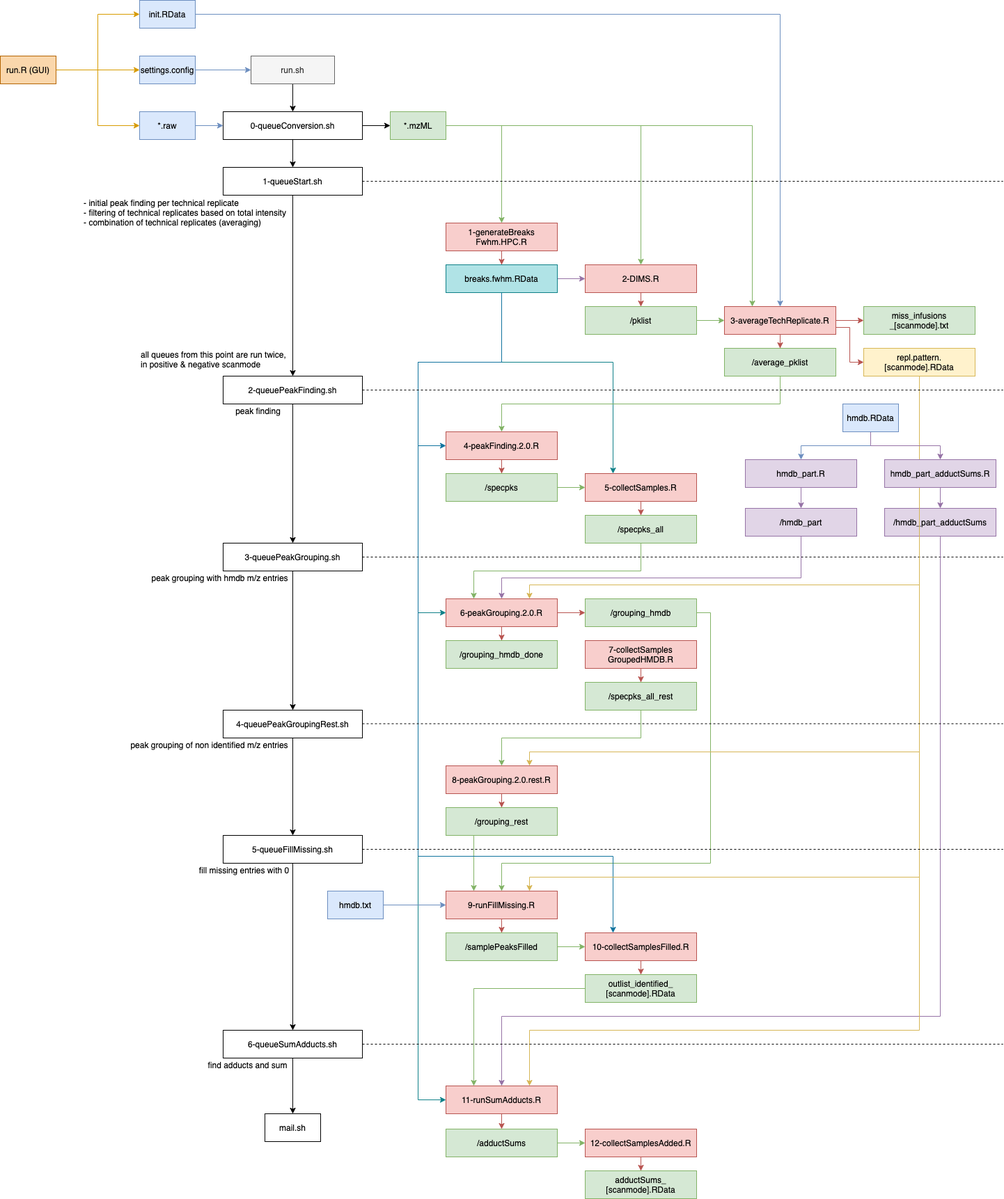
This is extra/simpler_flowchart.png from UMCUGenetics/DIMS, a draw.io export, as it was before one commit. Source tidied: cells renumbered, new cells last; positions are measured from the earlier drawing's top-left corner, leaving out a move shared by most shapes.
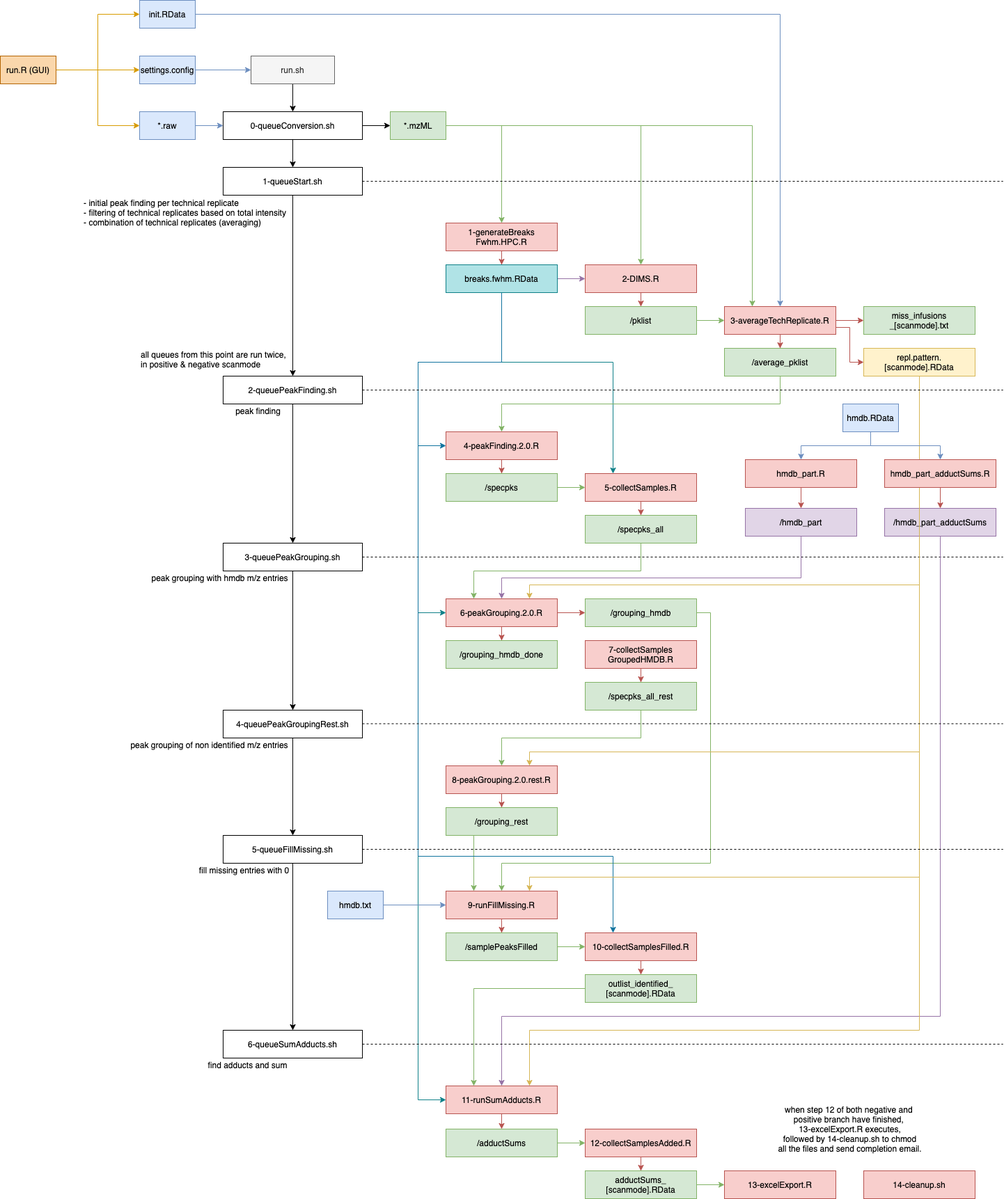
The same diagram one commit later.

Commit message:
include step 13 and 14 in flowchart

What changed in the source:
```diff
@@ -19,15 +19,9 @@
     <mxCell id="6" value="8-peakGrouping.2.0.rest.R&lt;br&gt;" style="rounded=0;whiteSpace=wrap;html=1;fillColor=#f8cecc;strokeColor=#b85450;" parent="1" vertex="1">
       <mxGeometry x="640" y="1100" width="160" height="40" as="geometry" />
     </mxCell>
-    <mxCell id="7" style="edgeStyle=orthogonalEdgeStyle;rounded=0;jettySize=auto;html=1;entryX=0.5;entryY=0;entryDx=0;entryDy=0;" parent="1" edge="1" source="8" target="9">
-      <mxGeometry relative="1" as="geometry" />
-    </mxCell>
     <mxCell id="8" value="6-queueSumAdducts.sh" style="rounded=0;whiteSpace=wrap;html=1;" parent="1" vertex="1">
       <mxGeometry x="320" y="1480" width="200" height="40" as="geometry" />
     </mxCell>
-    <mxCell id="9" value="mail.sh" style="rounded=0;whiteSpace=wrap;html=1;" parent="1" vertex="1">
-      <mxGeometry x="380" y="1600" width="80" height="40" as="geometry" />
-    </mxCell>
     <mxCell id="10" style="edgeStyle=orthogonalEdgeStyle;rounded=0;jettySize=auto;html=1;fillColor=#f8cecc;strokeColor=#b85450;" parent="1" edge="1" source="11" target="48">
       <mxGeometry relative="1" as="geometry" />
     </mxCell>
@@ -40,6 +34,9 @@
     <mxCell id="13" value="12-collectSamplesAdded.R&lt;br&gt;" style="rounded=0;whiteSpace=wrap;html=1;fillColor=#f8cecc;strokeColor=#b85450;" parent="1" vertex="1">
       <mxGeometry x="840" y="1622" width="160" height="40" as="geometry" />
     </mxCell>
+    <mxCell id="126" style="edgeStyle=orthogonalEdgeStyle;rounded=0;jettySize=auto;html=1;entryX=0;entryY=0.5;entryDx=0;entryDy=0;fillColor=#d5e8d4;strokeColor=#82b366;" parent="1" edge="1" source="14" target="127">
+      <mxGeometry relative="1" as="geometry" />
+    </mxCell>
     <mxCell id="14" value="adductSums_&lt;br&gt;[scanmode].RData&lt;br&gt;" style="rounded=0;whiteSpace=wrap;html=1;fillColor=#d5e8d4;strokeColor=#82b366;" parent="1" vertex="1">
       <mxGeometry x="840" y="1682" width="160" height="40" as="geometry" />
     </mxCell>
@@ -466,7 +463,7 @@
     <mxCell id="112" style="edgeStyle=orthogonalEdgeStyle;rounded=0;jettySize=auto;html=1;entryX=0.5;entryY=0;entryDx=0;entryDy=0;fillColor=#dae8fc;strokeColor=#6c8ebf;" parent="1" edge="1" source="114" target="123">
       <mxGeometry relative="1" as="geometry" />
     </mxCell>
-    <mxCell id="113" style="edgeStyle=orthogonalEdgeStyle;rounded=0;jettySize=auto;html=1;entryX=0.5;entryY=0;entryDx=0;entryDy=0;fillColor=#e1d5e7;strokeColor=#9673a6;" parent="1" edge="1" source="114" target="125">
+    <mxCell id="113" style="edgeStyle=orthogonalEdgeStyle;rounded=0;jettySize=auto;html=1;entryX=0.5;entryY=0;entryDx=0;entryDy=0;fillColor=#dae8fc;strokeColor=#6c8ebf;" parent="1" edge="1" source="114" target="125">
       <mxGeometry relative="1" as="geometry" />
     </mxCell>
     <mxCell id="114" value="&lt;p&gt;hmdb.RData&lt;/p&gt;" style="rounded=0;whiteSpace=wrap;html=1;strokeColor=#6c8ebf;strokeWidth=1;fillColor=#dae8fc;" parent="1" vertex="1">
@@ -493,17 +490,26 @@
     <mxCell id="121" value="find adducts and sum" style="text;html=1;align=center;verticalAlign=middle;" parent="1" vertex="1">
       <mxGeometry x="290" y="1520" width="130" height="20" as="geometry" />
     </mxCell>
-    <mxCell id="122" style="edgeStyle=orthogonalEdgeStyle;rounded=0;jettySize=auto;html=1;fillColor=#e1d5e7;strokeColor=#9673a6;" parent="1" edge="1" source="123" target="30">
+    <mxCell id="122" style="edgeStyle=orthogonalEdgeStyle;rounded=0;jettySize=auto;html=1;fillColor=#f8cecc;strokeColor=#b85450;" parent="1" edge="1" source="123" target="30">
       <mxGeometry relative="1" as="geometry" />
     </mxCell>
-    <mxCell id="123" value="hmdb_part.R" style="rounded=0;whiteSpace=wrap;html=1;fillColor=#e1d5e7;strokeColor=#9673a6;" parent="1" vertex="1">
+    <mxCell id="123" value="hmdb_part.R" style="rounded=0;whiteSpace=wrap;html=1;fillColor=#f8cecc;strokeColor=#b85450;" parent="1" vertex="1">
       <mxGeometry x="1070" y="660" width="160" height="40" as="geometry" />
     </mxCell>
-    <mxCell id="124" style="edgeStyle=orthogonalEdgeStyle;rounded=0;jettySize=auto;html=1;fillColor=#e1d5e7;strokeColor=#9673a6;" parent="1" edge="1" source="125" target="52">
+    <mxCell id="124" style="edgeStyle=orthogonalEdgeStyle;rounded=0;jettySize=auto;html=1;fillColor=#f8cecc;strokeColor=#b85450;" parent="1" edge="1" source="125" target="52">
       <mxGeometry relative="1" as="geometry" />
     </mxCell>
-    <mxCell id="125" value="hmdb_part_adductSums.R" style="rounded=0;whiteSpace=wrap;html=1;fillColor=#e1d5e7;strokeColor=#9673a6;" parent="1" vertex="1">
+    <mxCell id="125" value="hmdb_part_adductSums.R" style="rounded=0;whiteSpace=wrap;html=1;fillColor=#f8cecc;strokeColor=#b85450;" parent="1" vertex="1">
       <mxGeometry x="1270" y="660" width="160" height="40" as="geometry" />
     </mxCell>
+    <mxCell id="127" value="13-excelExport.R" style="rounded=0;whiteSpace=wrap;html=1;fillColor=#f8cecc;strokeColor=#b85450;" parent="1" vertex="1">
+      <mxGeometry x="1040" y="1682" width="160" height="40" as="geometry" />
+    </mxCell>
+    <mxCell id="128" value="14-cleanup.sh" style="rounded=0;whiteSpace=wrap;html=1;fillColor=#f8cecc;strokeColor=#b85450;" parent="1" vertex="1">
+      <mxGeometry x="1240" y="1682" width="160" height="40" as="geometry" />
+    </mxCell>
+    <mxCell id="129" value="when step 12 of both negative and &lt;br&gt;positive branch have finished, &lt;br&gt;13-excelExport.R executes,&lt;br&gt;&amp;nbsp;followed by 14-cleanup.sh to chmod &lt;br&gt;all the files and send completion email." style="text;html=1;align=center;verticalAlign=middle;" parent="1" vertex="1">
+      <mxGeometry x="1110" y="1582" width="220" height="80" as="geometry" />
+    </mxCell>
   </root>
 </mxGraphModel>
```
